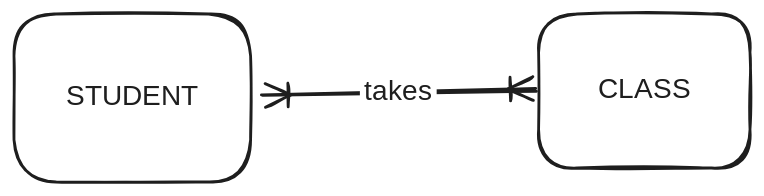
Before: media/student-class-crow.excalidraw.svg, a diagram exported from Excalidraw (vk-db-modeling-fall-25/shared-notes). Source tidied: one line per element, renumbered; positions are measured from the earlier drawing's top-left corner, leaving out a move shared by most shapes. Its diagram source:
```json
{"id": 0, "type": "rectangle", "strokeColor": "#1e1e1e", "strokeWidth": 2, "roughness": 1, "round": true, "x": 0, "y": 0, "width": 169, "height": 120}
{"id": 1, "type": "text", "text": "STUDENT", "strokeColor": "#1e1e1e", "backgroundColor": "#ffffff", "fillStyle": "solid", "strokeWidth": 2, "roughness": 1, "fontSize": 20, "fontFamily": 5, "textAlign": "center", "verticalAlign": "middle", "inside": 0, "x": 33, "y": 48, "width": 104, "height": 25}
{"id": 2, "type": "rectangle", "strokeColor": "#1e1e1e", "strokeWidth": 2, "roughness": 1, "round": true, "x": 375, "y": 0, "width": 151, "height": 110}
{"id": 3, "type": "text", "text": "CLASS", "strokeColor": "#1e1e1e", "strokeWidth": 2, "roughness": 1, "fontSize": 20, "fontFamily": 5, "textAlign": "center", "verticalAlign": "middle", "inside": 2, "x": 419, "y": 42, "width": 62, "height": 25}
{"id": 4, "type": "arrow", "strokeColor": "#1e1e1e", "backgroundColor": "#ffffff", "fillStyle": "solid", "strokeWidth": 2, "roughness": 1, "startArrowhead": "crowfoot_one_or_many", "endArrowhead": "crowfoot_one_or_many", "round": true, "from": 0, "to": 2, "x": 176, "y": 57, "width": 196, "height": 2, "points": [[0, 0], [196, -2]]}
{"id": 5, "type": "text", "text": "takes", "strokeColor": "#1e1e1e", "backgroundColor": "#ffffff", "fillStyle": "solid", "strokeWidth": 2, "roughness": 1, "fontSize": 20, "fontFamily": 5, "textAlign": "center", "verticalAlign": "middle", "inside": 4, "x": 247, "y": 44, "width": 55, "height": 25}
```
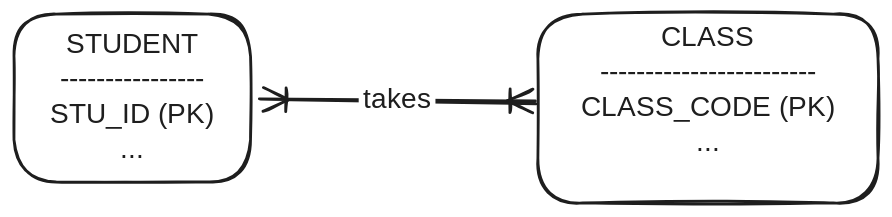
The same diagram one commit later.

The edit, as a diff of the source:
```diff
@@ -1,6 +1,6 @@
 {"id": 0, "type": "rectangle", "strokeColor": "#1e1e1e", "strokeWidth": 2, "roughness": 1, "round": true, "x": 0, "y": 0, "width": 169, "height": 120}
-{"id": 1, "type": "text", "text": "STUDENT", "strokeColor": "#1e1e1e", "backgroundColor": "#ffffff", "fillStyle": "solid", "strokeWidth": 2, "roughness": 1, "fontSize": 20, "fontFamily": 5, "textAlign": "center", "verticalAlign": "middle", "inside": 0, "x": 33, "y": 48, "width": 104, "height": 25}
+{"id": 1, "type": "text", "text": "STUDENT\n----------------\nSTU_ID (PK)\n...", "strokeColor": "#1e1e1e", "backgroundColor": "#ffffff", "fillStyle": "solid", "strokeWidth": 2, "roughness": 1, "fontSize": 20, "fontFamily": 5, "textAlign": "center", "verticalAlign": "middle", "inside": 0, "x": 17, "y": 10, "width": 135, "height": 100}
-{"id": 2, "type": "rectangle", "strokeColor": "#1e1e1e", "strokeWidth": 2, "roughness": 1, "round": true, "x": 375, "y": 0, "width": 151, "height": 110}
+{"id": 2, "type": "rectangle", "strokeColor": "#1e1e1e", "strokeWidth": 2, "roughness": 1, "round": true, "x": 374, "y": 0, "width": 243, "height": 135}
-{"id": 3, "type": "text", "text": "CLASS", "strokeColor": "#1e1e1e", "strokeWidth": 2, "roughness": 1, "fontSize": 20, "fontFamily": 5, "textAlign": "center", "verticalAlign": "middle", "inside": 2, "x": 419, "y": 42, "width": 62, "height": 25}
+{"id": 3, "type": "text", "text": "CLASS\n------------------------\nCLASS_CODE (PK)\n...", "strokeColor": "#1e1e1e", "strokeWidth": 2, "roughness": 1, "fontSize": 20, "fontFamily": 5, "textAlign": "center", "inside": 2, "x": 397, "y": 5, "width": 197, "height": 100}
-{"id": 4, "type": "arrow", "strokeColor": "#1e1e1e", "backgroundColor": "#ffffff", "fillStyle": "solid", "strokeWidth": 2, "roughness": 1, "startArrowhead": "crowfoot_one_or_many", "endArrowhead": "crowfoot_one_or_many", "round": true, "from": 0, "to": 2, "x": 176, "y": 57, "width": 196, "height": 2, "points": [[0, 0], [196, -2]]}
+{"id": 4, "type": "arrow", "strokeColor": "#1e1e1e", "backgroundColor": "#ffffff", "fillStyle": "solid", "strokeWidth": 2, "roughness": 1, "startArrowhead": "crowfoot_one_or_many", "endArrowhead": "crowfoot_one_or_many", "round": true, "from": 0, "to": 2, "x": 175, "y": 60, "width": 197, "height": 4, "points": [[0, 0], [197, 4]]}
 {"id": 5, "type": "text", "text": "takes", "strokeColor": "#1e1e1e", "backgroundColor": "#ffffff", "fillStyle": "solid", "strokeWidth": 2, "roughness": 1, "fontSize": 20, "fontFamily": 5, "textAlign": "center", "verticalAlign": "middle", "inside": 4, "x": 247, "y": 44, "width": 55, "height": 25}
```
